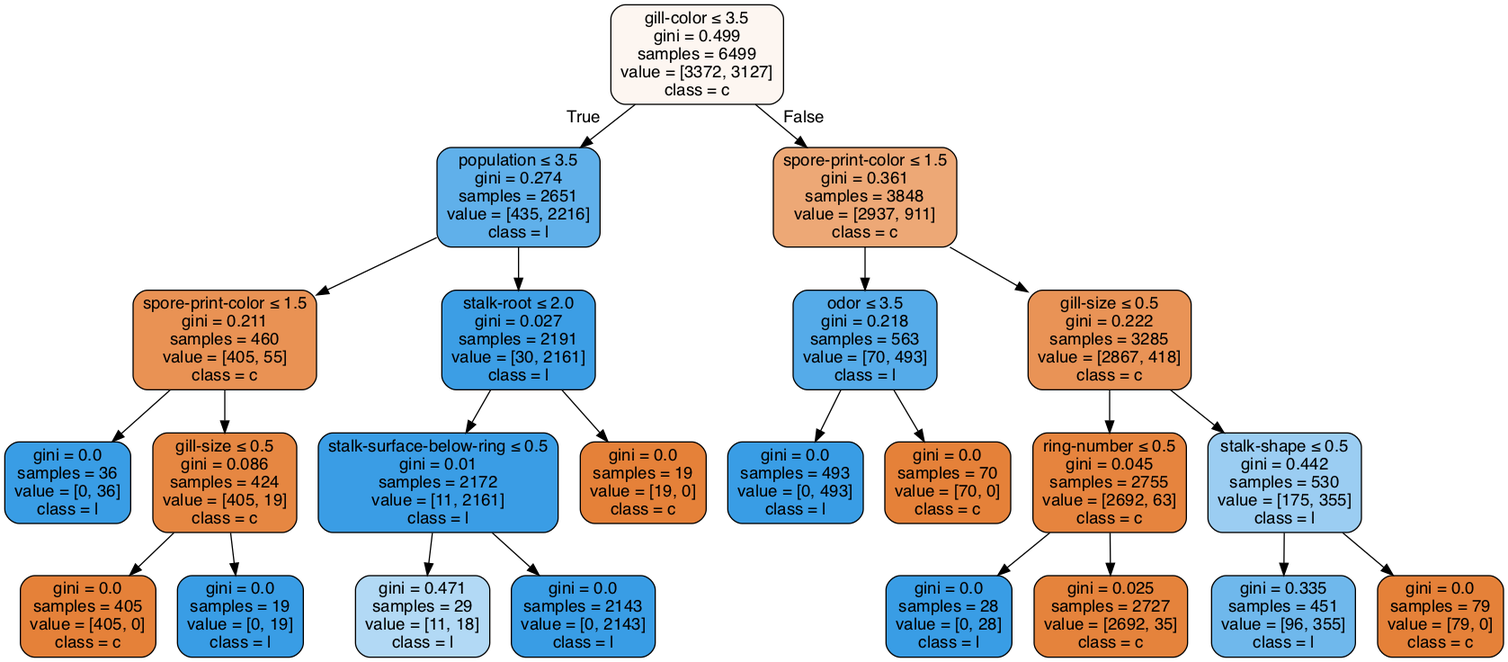
Before: Lab02/clf-max-depth-4.gv.png, a diagram exported from Graphviz (anhle199/Intro2AI-HCMUS). Its source is kept beside it as Lab02/clf-max-depth-4.gv.
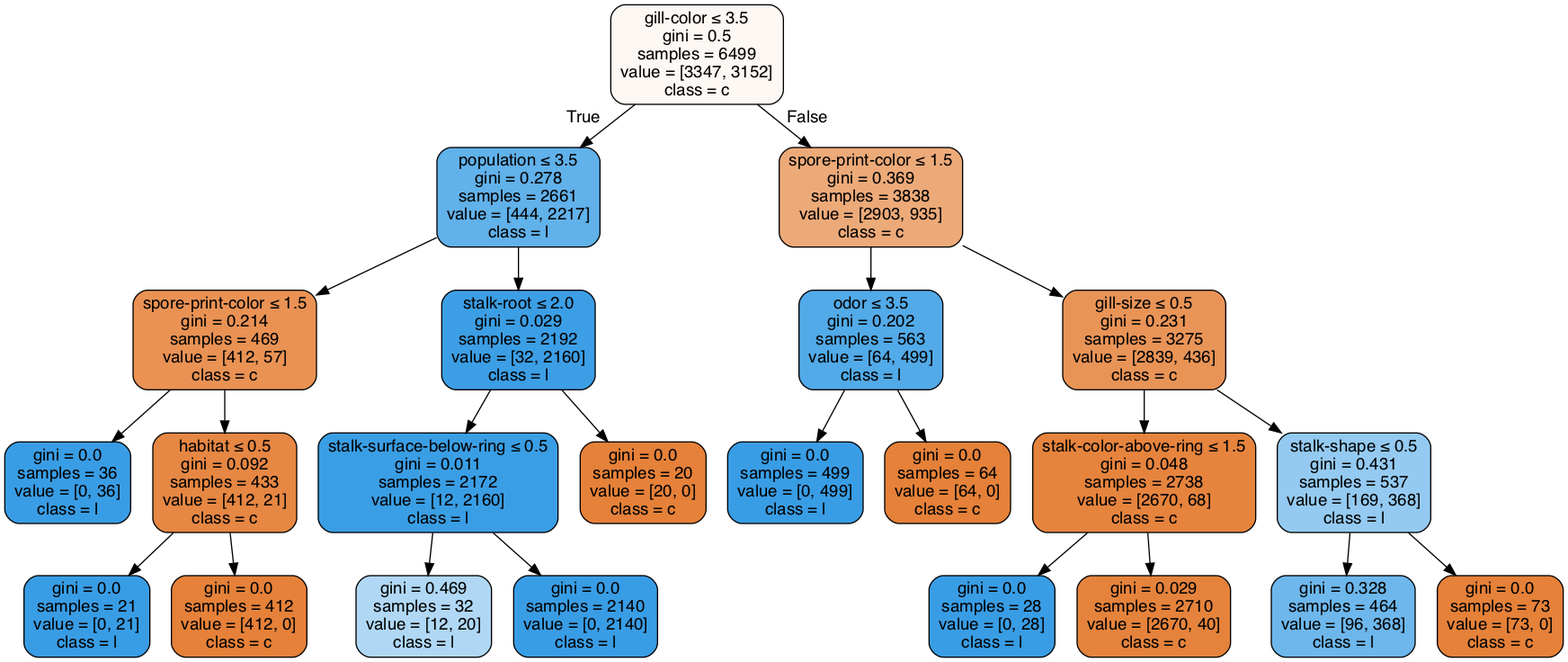
Above is the later version.

Diff of the diagram source:
```diff
@@ -1,49 +1,49 @@
 digraph Tree {
 node [shape=box, style="filled, rounded", color="black", fontname=helvetica] ;
 edge [fontname=helvetica] ;
-0 [label=<gill-color &le; 3.5<br/>gini = 0.499<br/>samples = 6499<br/>value = [3372, 3127]<br/>class = c>, fillcolor="#fdf6f1"] ;
-1 [label=<population &le; 3.5<br/>gini = 0.274<br/>samples = 2651<br/>value = [435, 2216]<br/>class = l>, fillcolor="#60b0ea"] ;
+0 [label=<gill-color &le; 3.5<br/>gini = 0.5<br/>samples = 6499<br/>value = [3347, 3152]<br/>class = c>, fillcolor="#fdf8f3"] ;
+1 [label=<population &le; 3.5<br/>gini = 0.278<br/>samples = 2661<br/>value = [444, 2217]<br/>class = l>, fillcolor="#61b1ea"] ;
 0 -> 1 [labeldistance=2.5, labelangle=45, headlabel="True"] ;
-2 [label=<spore-print-color &le; 1.5<br/>gini = 0.211<br/>samples = 460<br/>value = [405, 55]<br/>class = c>, fillcolor="#e99254"] ;
+2 [label=<spore-print-color &le; 1.5<br/>gini = 0.214<br/>samples = 469<br/>value = [412, 57]<br/>class = c>, fillcolor="#e99254"] ;
 1 -> 2 ;
 3 [label=<gini = 0.0<br/>samples = 36<br/>value = [0, 36]<br/>class = l>, fillcolor="#399de5"] ;
 2 -> 3 ;
-4 [label=<gill-size &le; 0.5<br/>gini = 0.086<br/>samples = 424<br/>value = [405, 19]<br/>class = c>, fillcolor="#e68742"] ;
+4 [label=<habitat &le; 0.5<br/>gini = 0.092<br/>samples = 433<br/>value = [412, 21]<br/>class = c>, fillcolor="#e68743"] ;
 2 -> 4 ;
-5 [label=<gini = 0.0<br/>samples = 405<br/>value = [405, 0]<br/>class = c>, fillcolor="#e58139"] ;
+5 [label=<gini = 0.0<br/>samples = 21<br/>value = [0, 21]<br/>class = l>, fillcolor="#399de5"] ;
 4 -> 5 ;
-6 [label=<gini = 0.0<br/>samples = 19<br/>value = [0, 19]<br/>class = l>, fillcolor="#399de5"] ;
+6 [label=<gini = 0.0<br/>samples = 412<br/>value = [412, 0]<br/>class = c>, fillcolor="#e58139"] ;
 4 -> 6 ;
-7 [label=<stalk-root &le; 2.0<br/>gini = 0.027<br/>samples = 2191<br/>value = [30, 2161]<br/>class = l>, fillcolor="#3c9ee5"] ;
+7 [label=<stalk-root &le; 2.0<br/>gini = 0.029<br/>samples = 2192<br/>value = [32, 2160]<br/>class = l>, fillcolor="#3c9ee5"] ;
 1 -> 7 ;
-8 [label=<stalk-surface-below-ring &le; 0.5<br/>gini = 0.01<br/>samples = 2172<br/>value = [11, 2161]<br/>class = l>, fillcolor="#3a9de5"] ;
+8 [label=<stalk-surface-below-ring &le; 0.5<br/>gini = 0.011<br/>samples = 2172<br/>value = [12, 2160]<br/>class = l>, fillcolor="#3a9ee5"] ;
 7 -> 8 ;
-9 [label=<gini = 0.471<br/>samples = 29<br/>value = [11, 18]<br/>class = l>, fillcolor="#b2d9f5"] ;
+9 [label=<gini = 0.469<br/>samples = 32<br/>value = [12, 20]<br/>class = l>, fillcolor="#b0d8f5"] ;
 8 -> 9 ;
-10 [label=<gini = 0.0<br/>samples = 2143<br/>value = [0, 2143]<br/>class = l>, fillcolor="#399de5"] ;
+10 [label=<gini = 0.0<br/>samples = 2140<br/>value = [0, 2140]<br/>class = l>, fillcolor="#399de5"] ;
 8 -> 10 ;
-11 [label=<gini = 0.0<br/>samples = 19<br/>value = [19, 0]<br/>class = c>, fillcolor="#e58139"] ;
+11 [label=<gini = 0.0<br/>samples = 20<br/>value = [20, 0]<br/>class = c>, fillcolor="#e58139"] ;
 7 -> 11 ;
-12 [label=<spore-print-color &le; 1.5<br/>gini = 0.361<br/>samples = 3848<br/>value = [2937, 911]<br/>class = c>, fillcolor="#eda876"] ;
+12 [label=<spore-print-color &le; 1.5<br/>gini = 0.369<br/>samples = 3838<br/>value = [2903, 935]<br/>class = c>, fillcolor="#edaa79"] ;
 0 -> 12 [labeldistance=2.5, labelangle=-45, headlabel="False"] ;
-13 [label=<odor &le; 3.5<br/>gini = 0.218<br/>samples = 563<br/>value = [70, 493]<br/>class = l>, fillcolor="#55abe9"] ;
+13 [label=<odor &le; 3.5<br/>gini = 0.202<br/>samples = 563<br/>value = [64, 499]<br/>class = l>, fillcolor="#52aae8"] ;
 12 -> 13 ;
-14 [label=<gini = 0.0<br/>samples = 493<br/>value = [0, 493]<br/>class = l>, fillcolor="#399de5"] ;
+14 [label=<gini = 0.0<br/>samples = 499<br/>value = [0, 499]<br/>class = l>, fillcolor="#399de5"] ;
 13 -> 14 ;
-15 [label=<gini = 0.0<br/>samples = 70<br/>value = [70, 0]<br/>class = c>, fillcolor="#e58139"] ;
+15 [label=<gini = 0.0<br/>samples = 64<br/>value = [64, 0]<br/>class = c>, fillcolor="#e58139"] ;
 13 -> 15 ;
-16 [label=<gill-size &le; 0.5<br/>gini = 0.222<br/>samples = 3285<br/>value = [2867, 418]<br/>class = c>, fillcolor="#e99356"] ;
+16 [label=<gill-size &le; 0.5<br/>gini = 0.231<br/>samples = 3275<br/>value = [2839, 436]<br/>class = c>, fillcolor="#e99457"] ;
 12 -> 16 ;
-17 [label=<ring-number &le; 0.5<br/>gini = 0.045<br/>samples = 2755<br/>value = [2692, 63]<br/>class = c>, fillcolor="#e6843e"] ;
+17 [label=<stalk-color-above-ring &le; 1.5<br/>gini = 0.048<br/>samples = 2738<br/>value = [2670, 68]<br/>class = c>, fillcolor="#e6843e"] ;
 16 -> 17 ;
 18 [label=<gini = 0.0<br/>samples = 28<br/>value = [0, 28]<br/>class = l>, fillcolor="#399de5"] ;
 17 -> 18 ;
-19 [label=<gini = 0.025<br/>samples = 2727<br/>value = [2692, 35]<br/>class = c>, fillcolor="#e5833c"] ;
+19 [label=<gini = 0.029<br/>samples = 2710<br/>value = [2670, 40]<br/>class = c>, fillcolor="#e5833c"] ;
 17 -> 19 ;
-20 [label=<stalk-shape &le; 0.5<br/>gini = 0.442<br/>samples = 530<br/>value = [175, 355]<br/>class = l>, fillcolor="#9bcdf2"] ;
+20 [label=<stalk-shape &le; 0.5<br/>gini = 0.431<br/>samples = 537<br/>value = [169, 368]<br/>class = l>, fillcolor="#94caf1"] ;
 16 -> 20 ;
-21 [label=<gini = 0.335<br/>samples = 451<br/>value = [96, 355]<br/>class = l>, fillcolor="#6fb8ec"] ;
+21 [label=<gini = 0.328<br/>samples = 464<br/>value = [96, 368]<br/>class = l>, fillcolor="#6db7ec"] ;
 20 -> 21 ;
-22 [label=<gini = 0.0<br/>samples = 79<br/>value = [79, 0]<br/>class = c>, fillcolor="#e58139"] ;
+22 [label=<gini = 0.0<br/>samples = 73<br/>value = [73, 0]<br/>class = c>, fillcolor="#e58139"] ;
 20 -> 22 ;
 }
```
